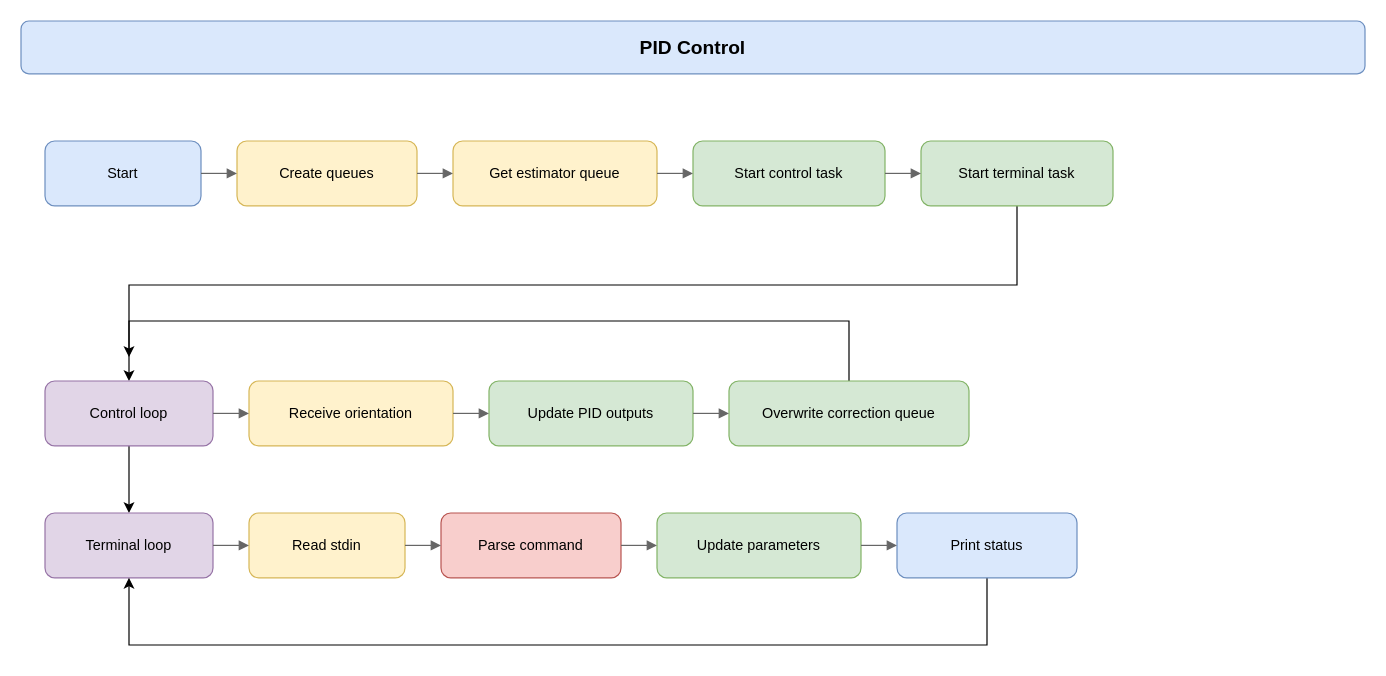
The draw.io diagram 04_Ontwerpen/Software/component flowcharts/pid_control/pid_control.drawio in Voidfaller/DCBS, before the edit. Source tidied: cells renumbered, new cells numbered last; positions are measured from the earlier drawing's top-left corner, leaving out a move shared by most shapes. Both pictures are drawn from the tidied source at 120%, with x=0, y=0 at pixel (20, 20).
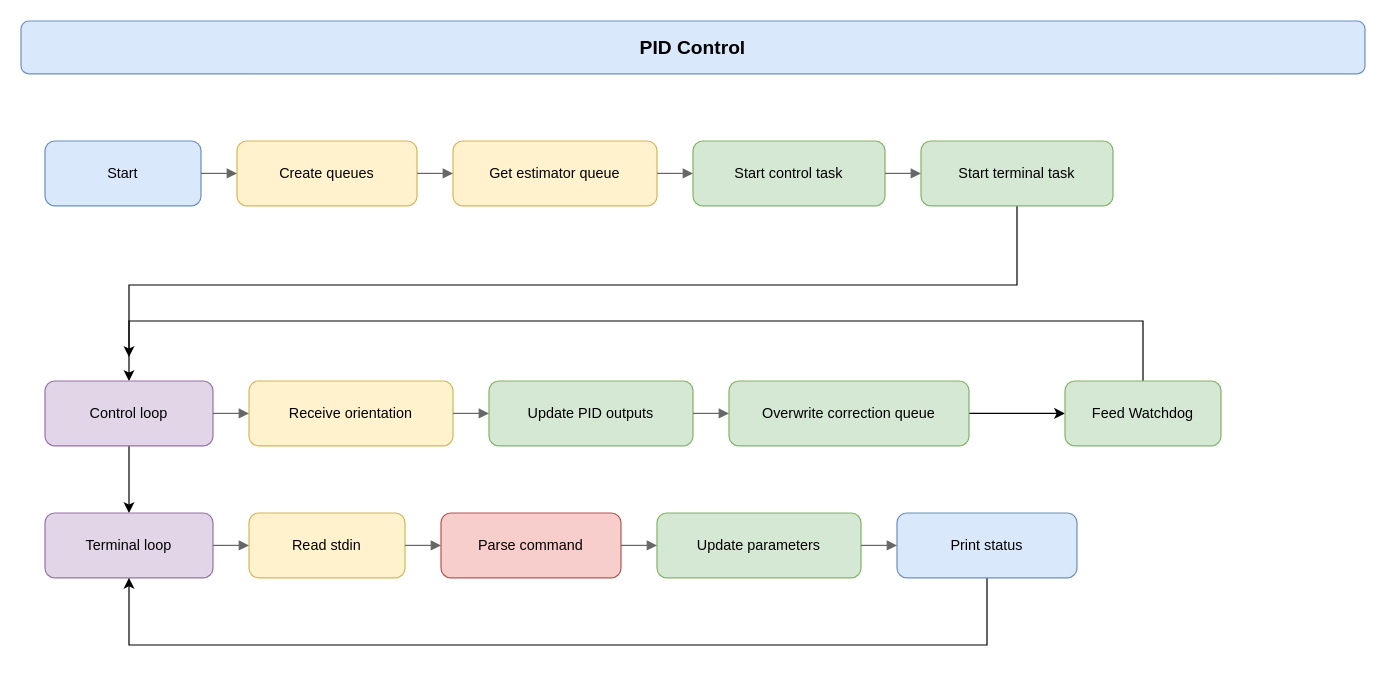
The same page after the edit.

Commit message (it also covers changes not shown here):
feat: Add "Feed Watchdog" component to flowcharts for display driver, PID control, and state estimator

The change refers to these unchanged cells:
```xml
<mxCell id="14" value="Overwrite correction queue" style="rounded=1;whiteSpace=wrap;html=1;fillColor=#d5e8d4;strokeColor=#82b366;" parent="1" vertex="1">
  <mxGeometry x="590" y="300" width="200" height="54" as="geometry" />
</mxCell>
```

What changed in the source:
```diff
@@
-    <mxCell id="13" style="edgeStyle=orthogonalEdgeStyle;html=1;exitX=0.5;exitY=0;exitDx=0;exitDy=0;rounded=0;curved=0;" parent="1" edge="1" source="14">
+    <mxCell id="13" style="edgeStyle=orthogonalEdgeStyle;html=1;rounded=0;curved=0;" parent="1" edge="1" source="33">
       <mxGeometry relative="1" as="geometry">
         <mxPoint x="90" y="280" as="targetPoint" />
         <Array as="points">
-          <mxPoint x="690" y="250" />
+          <mxPoint x="935" y="250" />
           <mxPoint x="90" y="250" />
         </Array>
       </mxGeometry>
     </mxCell>
+    <mxCell id="32" style="edgeStyle=none;html=1;" parent="1" edge="1" source="14" target="33">
+      <mxGeometry relative="1" as="geometry" />
+    </mxCell>
@@
+    <mxCell id="33" value="Feed Watchdog" style="rounded=1;whiteSpace=wrap;html=1;fillColor=#d5e8d4;strokeColor=#82b366;" parent="1" vertex="1">
+      <mxGeometry x="870" y="300" width="130" height="54" as="geometry" />
+    </mxCell>
```
